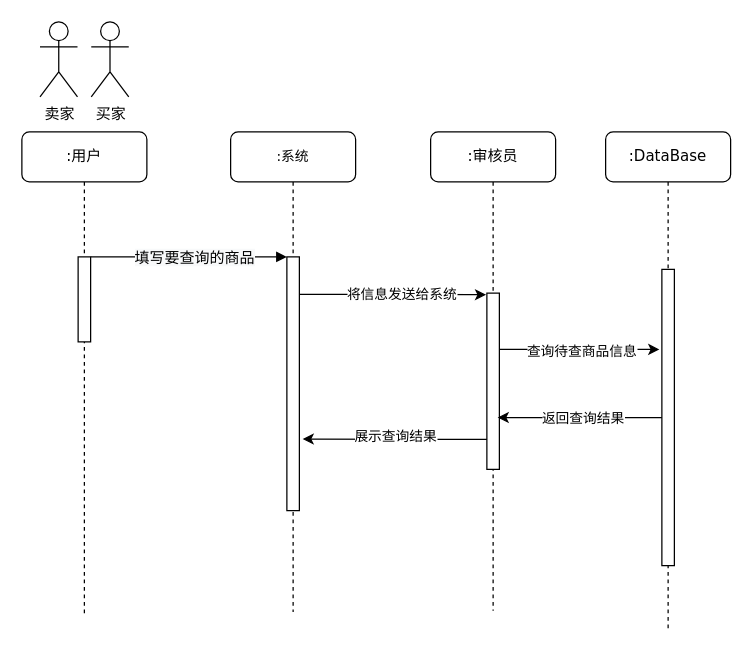
Above: 违规举报顺序图.drawio in 200928/image (draw.io), before the change. Source tidied: cells renumbered, new cells numbered last; positions are measured from the earlier drawing's top-left corner, leaving out a move shared by most shapes. Both pictures are drawn from the tidied source at 125%, with x=0, y=0 at pixel (21, 21).
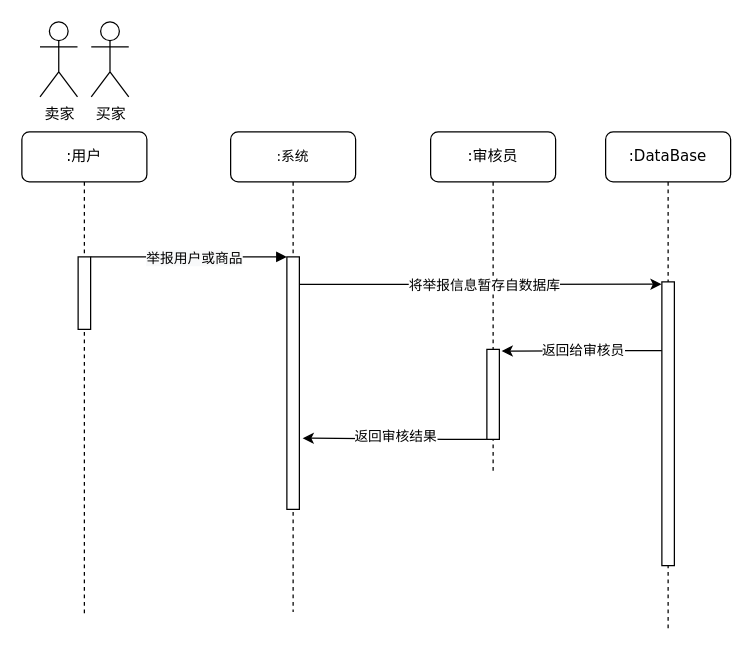
Above is the later version.

Commit message (it also covers changes not shown here):
更新违规举报顺序图.drawio

Unchanged cells that the change refers to:
```xml
<mxCell id="2" value="&lt;font style=&quot;font-size: 11px ; line-height: 1.2&quot;&gt;:系统&lt;/font&gt;" style="shape=umlLifeline;perimeter=lifelinePerimeter;whiteSpace=wrap;html=1;rounded=1;shadow=0;comic=0;labelBackgroundColor=none;strokeWidth=1;fontFamily=Verdana;fontSize=12;align=center;" parent="1" vertex="1">
  <mxGeometry x="167" y="88" width="100" height="384" as="geometry" />
</mxCell>
<mxCell id="6" value=":DataBase" style="shape=umlLifeline;perimeter=lifelinePerimeter;whiteSpace=wrap;html=1;rounded=1;shadow=0;comic=0;labelBackgroundColor=none;strokeWidth=1;fontFamily=Verdana;fontSize=12;align=center;" parent="1" vertex="1">
  <mxGeometry x="467" y="88" width="100" height="398" as="geometry" />
</mxCell>
<mxCell id="8" value=":用户" style="shape=umlLifeline;perimeter=lifelinePerimeter;whiteSpace=wrap;html=1;rounded=1;shadow=0;comic=0;labelBackgroundColor=none;strokeWidth=1;fontFamily=Verdana;fontSize=12;align=center;" parent="1" vertex="1">
  <mxGeometry y="88" width="100" height="387" as="geometry" />
</mxCell>
<mxCell id="10" style="html=1;verticalAlign=bottom;endArrow=block;entryX=0;entryY=0;labelBackgroundColor=none;fontFamily=Verdana;fontSize=12;edgeStyle=elbowEdgeStyle;elbow=vertical;" parent="1" edge="1" source="9" target="3">
  <mxGeometry x="-0.03" y="-57" relative="1" as="geometry" />
</mxCell>
<mxCell id="20" style="edgeStyle=orthogonalEdgeStyle;rounded=0;jettySize=auto;html=1;entryX=1.26;entryY=0.718;entryDx=0;entryDy=0;entryPerimeter=0;" parent="1" edge="1" source="5" target="3">
  <mxGeometry relative="1" as="geometry">
    <Array as="points">
      <mxPoint x="338" y="334" />
      <mxPoint x="338" y="334" />
    </Array>
  </mxGeometry>
</mxCell>
```

Change to the diagram source:
```diff
@@
     <mxCell id="3" style="html=1;points=[];perimeter=orthogonalPerimeter;rounded=0;shadow=0;comic=0;labelBackgroundColor=none;strokeWidth=1;fontFamily=Verdana;fontSize=12;align=center;" parent="2" vertex="1">
-      <mxGeometry x="45" y="100" width="10" height="203" as="geometry" />
+      <mxGeometry x="45" y="100" width="10" height="202" as="geometry" />
     </mxCell>
     <mxCell id="4" value=":审核员" style="shape=umlLifeline;perimeter=lifelinePerimeter;whiteSpace=wrap;html=1;rounded=1;shadow=0;comic=0;labelBackgroundColor=none;strokeWidth=1;fontFamily=Verdana;fontSize=12;align=center;" parent="1" vertex="1">
-      <mxGeometry x="327" y="88" width="100" height="383" as="geometry" />
+      <mxGeometry x="327" y="88" width="100" height="274" as="geometry" />
     </mxCell>
     <mxCell id="5" style="html=1;points=[];perimeter=orthogonalPerimeter;rounded=0;shadow=0;comic=0;labelBackgroundColor=none;strokeWidth=1;fontFamily=Verdana;fontSize=12;align=center;" parent="4" vertex="1">
-      <mxGeometry x="45" y="129" width="10" height="141" as="geometry" />
+      <mxGeometry x="45" y="174" width="10" height="72" as="geometry" />
     </mxCell>
@@
     <mxCell id="7" style="html=1;points=[];perimeter=orthogonalPerimeter;rounded=0;shadow=0;comic=0;labelBackgroundColor=none;strokeWidth=1;fontFamily=Verdana;fontSize=12;align=center;" parent="6" vertex="1">
-      <mxGeometry x="45" y="110" width="10" height="237" as="geometry" />
+      <mxGeometry x="45" y="120" width="10" height="227" as="geometry" />
     </mxCell>
@@
     <mxCell id="9" style="html=1;points=[];perimeter=orthogonalPerimeter;rounded=0;shadow=0;comic=0;labelBackgroundColor=none;strokeWidth=1;fontFamily=Verdana;fontSize=12;align=center;" parent="8" vertex="1">
-      <mxGeometry x="45" y="100" width="10" height="68" as="geometry" />
+      <mxGeometry x="45" y="100" width="10" height="58" as="geometry" />
     </mxCell>
@@
-    <mxCell id="11" value="&lt;span style=&quot;font-family: &amp;#34;verdana&amp;#34; ; font-size: 12px ; background-color: rgb(248 , 249 , 250)&quot;&gt;填写要查询的商品&lt;/span&gt;" style="edgeLabel;html=1;align=center;verticalAlign=middle;" parent="10" vertex="1">
+    <mxCell id="11" value="&lt;font face=&quot;verdana&quot;&gt;&lt;span style=&quot;background-color: rgb(248 , 249 , 250)&quot;&gt;举报用户或商品&lt;/span&gt;&lt;/font&gt;" style="edgeLabel;html=1;align=center;verticalAlign=middle;" parent="10" vertex="1">
       <mxGeometry x="-0.18" y="-2" relative="1" as="geometry">
         <mxPoint x="18" y="-2" as="offset" />
       </mxGeometry>
     </mxCell>
@@
-    <mxCell id="13" style="edgeStyle=orthogonalEdgeStyle;rounded=0;jettySize=auto;html=1;entryX=-0.059;entryY=0.009;entryDx=0;entryDy=0;entryPerimeter=0;" parent="1" edge="1" source="3" target="5">
-      <mxGeometry relative="1" as="geometry">
-        <Array as="points">
-          <mxPoint x="255" y="218" />
-          <mxPoint x="255" y="218" />
-        </Array>
-      </mxGeometry>
-    </mxCell>
-    <mxCell id="14" value="将信息发送给系统" style="edgeLabel;html=1;align=center;verticalAlign=middle;" parent="13" vertex="1">
-      <mxGeometry x="0.08" y="1" relative="1" as="geometry" />
-    </mxCell>
-    <mxCell id="15" style="edgeStyle=orthogonalEdgeStyle;rounded=0;jettySize=auto;html=1;" parent="1" edge="1" source="5">
-      <mxGeometry relative="1" as="geometry">
-        <mxPoint x="510" y="262" as="targetPoint" />
-        <Array as="points">
-          <mxPoint x="413" y="262" />
-          <mxPoint x="413" y="262" />
-        </Array>
-      </mxGeometry>
-    </mxCell>
-    <mxCell id="16" value="查询待查商品信息" style="edgeLabel;html=1;align=center;verticalAlign=middle;" parent="15" vertex="1">
-      <mxGeometry x="-0.25" y="-1" relative="1" as="geometry">
-        <mxPoint x="17" as="offset" />
-      </mxGeometry>
-    </mxCell>
@@
-    <mxCell id="18" style="edgeStyle=orthogonalEdgeStyle;rounded=0;jettySize=auto;html=1;entryX=0.86;entryY=0.706;entryDx=0;entryDy=0;entryPerimeter=0;" parent="1" edge="1" source="7" target="5">
-      <mxGeometry relative="1" as="geometry" />
-    </mxCell>
-    <mxCell id="19" value="返回查询结果" style="edgeLabel;html=1;align=center;verticalAlign=middle;" parent="18" vertex="1">
-      <mxGeometry x="0.28" y="1" relative="1" as="geometry">
-        <mxPoint x="20" y="-1" as="offset" />
-      </mxGeometry>
-    </mxCell>
@@
-    <mxCell id="21" value="展示查询结果" style="edgeLabel;html=1;align=center;verticalAlign=middle;" parent="20" vertex="1">
+    <mxCell id="21" value="返回审核结果" style="edgeLabel;html=1;align=center;verticalAlign=middle;" parent="20" vertex="1">
       <mxGeometry x="0.19" relative="1" as="geometry">
         <mxPoint x="14" y="-2" as="offset" />
       </mxGeometry>
     </mxCell>
+    <mxCell id="22" style="edgeStyle=orthogonalEdgeStyle;rounded=0;jettySize=auto;html=1;entryX=-0.02;entryY=0.008;entryDx=0;entryDy=0;entryPerimeter=0;" parent="1" edge="1" source="3" target="7">
+      <mxGeometry relative="1" as="geometry">
+        <Array as="points">
+          <mxPoint x="298" y="210" />
+          <mxPoint x="298" y="210" />
+        </Array>
+      </mxGeometry>
+    </mxCell>
+    <mxCell id="23" value="将举报信息暂存自数据库" style="edgeLabel;html=1;align=center;verticalAlign=middle;" parent="22" vertex="1">
+      <mxGeometry x="-0.18" y="-1" relative="1" as="geometry">
+        <mxPoint x="28" as="offset" />
+      </mxGeometry>
+    </mxCell>
+    <mxCell id="18" style="edgeStyle=orthogonalEdgeStyle;rounded=0;jettySize=auto;html=1;entryX=1.18;entryY=0.019;entryDx=0;entryDy=0;entryPerimeter=0;" parent="1" edge="1" source="7" target="5">
+      <mxGeometry relative="1" as="geometry">
+        <Array as="points">
+          <mxPoint x="476" y="263" />
+          <mxPoint x="476" y="263" />
+        </Array>
+      </mxGeometry>
+    </mxCell>
+    <mxCell id="24" value="返回给审核员" style="edgeLabel;html=1;align=center;verticalAlign=middle;" parent="18" vertex="1">
+      <mxGeometry x="0.18" y="1" relative="1" as="geometry">
+        <mxPoint x="12" y="-2" as="offset" />
+      </mxGeometry>
+    </mxCell>
```
